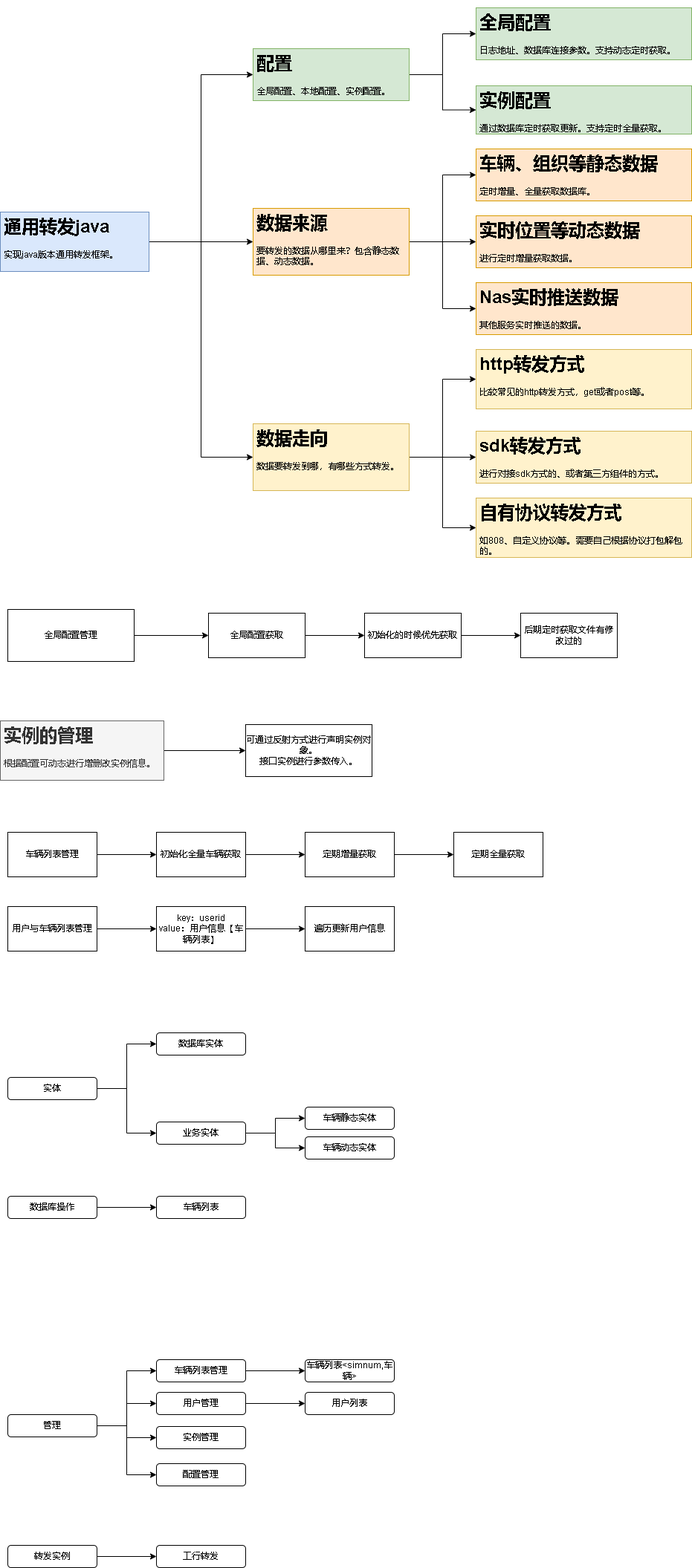
This is 通用转发java.drawio.png from xktder/draw, a draw.io export, as it was before one commit. Source tidied: cells renumbered, new cells last; positions are measured from the earlier drawing's top-left corner, leaving out a move shared by most shapes.
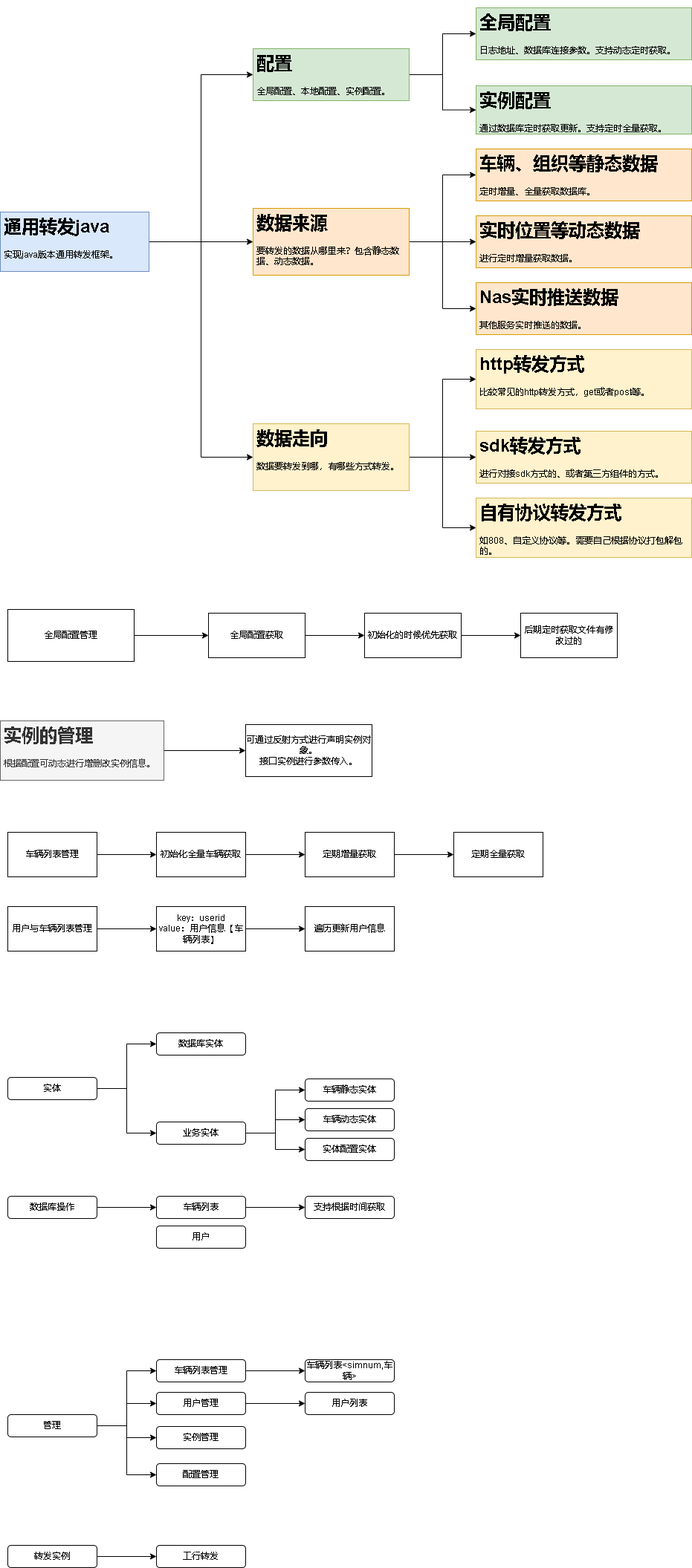
Above is the later version.

Commit message:
更新通用转发java.drawio.png

What changed in the source:
```diff
@@ -197,12 +197,15 @@
     <mxCell id="66" value="数据库实体" style="rounded=1;whiteSpace=wrap;html=1;" parent="1" vertex="1">
       <mxGeometry x="210" y="1380" width="120" height="30" as="geometry" />
     </mxCell>
+    <mxCell id="68" style="edgeStyle=orthogonalEdgeStyle;rounded=0;jettySize=auto;html=1;entryX=0;entryY=0.5;entryDx=0;entryDy=0;" parent="1" edge="1" source="69" target="74">
+      <mxGeometry relative="1" as="geometry" />
+    </mxCell>
-    <mxCell id="67" style="edgeStyle=orthogonalEdgeStyle;rounded=0;jettySize=auto;html=1;" parent="1" edge="1" source="69" target="73">
+    <mxCell id="67" style="edgeStyle=orthogonalEdgeStyle;rounded=0;jettySize=auto;html=1;entryX=0;entryY=0.5;entryDx=0;entryDy=0;" parent="1" edge="1" source="69" target="73">
       <mxGeometry relative="1" as="geometry" />
     </mxCell>
-    <mxCell id="68" style="edgeStyle=orthogonalEdgeStyle;rounded=0;jettySize=auto;html=1;entryX=0;entryY=0.5;entryDx=0;entryDy=0;" parent="1" edge="1" source="69" target="74">
-      <mxGeometry relative="1" as="geometry" />
-    </mxCell>
+    <mxCell id="75" style="edgeStyle=orthogonalEdgeStyle;rounded=0;jettySize=auto;html=1;entryX=0;entryY=0.5;entryDx=0;entryDy=0;" parent="1" edge="1" source="69" target="79">
+      <mxGeometry relative="1" as="geometry" />
+    </mxCell>
     <mxCell id="69" value="业务实体" style="rounded=1;whiteSpace=wrap;html=1;" parent="1" vertex="1">
       <mxGeometry x="210" y="1500" width="120" height="30" as="geometry" />
     </mxCell>
@@ -212,14 +215,26 @@
     <mxCell id="71" value="数据库操作" style="rounded=1;whiteSpace=wrap;html=1;" parent="1" vertex="1">
       <mxGeometry x="10" y="1600" width="120" height="30" as="geometry" />
     </mxCell>
+    <mxCell id="76" style="edgeStyle=orthogonalEdgeStyle;rounded=0;jettySize=auto;html=1;" parent="1" edge="1" source="72" target="77">
+      <mxGeometry relative="1" as="geometry" />
+    </mxCell>
     <mxCell id="72" value="车辆列表" style="rounded=1;whiteSpace=wrap;html=1;" parent="1" vertex="1">
       <mxGeometry x="210" y="1600" width="120" height="30" as="geometry" />
     </mxCell>
     <mxCell id="73" value="车辆静态实体" style="rounded=1;whiteSpace=wrap;html=1;" parent="1" vertex="1">
-      <mxGeometry x="410" y="1480" width="120" height="30" as="geometry" />
+      <mxGeometry x="410" y="1442" width="120" height="30" as="geometry" />
     </mxCell>
     <mxCell id="74" value="车辆动态实体" style="rounded=1;whiteSpace=wrap;html=1;" parent="1" vertex="1">
-      <mxGeometry x="410" y="1520" width="120" height="30" as="geometry" />
+      <mxGeometry x="410" y="1482" width="120" height="30" as="geometry" />
     </mxCell>
+    <mxCell id="77" value="支持根据时间获取" style="rounded=1;whiteSpace=wrap;html=1;" parent="1" vertex="1">
+      <mxGeometry x="410" y="1600" width="120" height="30" as="geometry" />
+    </mxCell>
+    <mxCell id="78" value="用户" style="rounded=1;whiteSpace=wrap;html=1;" parent="1" vertex="1">
+      <mxGeometry x="210" y="1640" width="120" height="30" as="geometry" />
+    </mxCell>
+    <mxCell id="79" value="实体配置实体" style="rounded=1;whiteSpace=wrap;html=1;" parent="1" vertex="1">
+      <mxGeometry x="410" y="1522" width="120" height="30" as="geometry" />
+    </mxCell>
   </root>
 </mxGraphModel>
```
